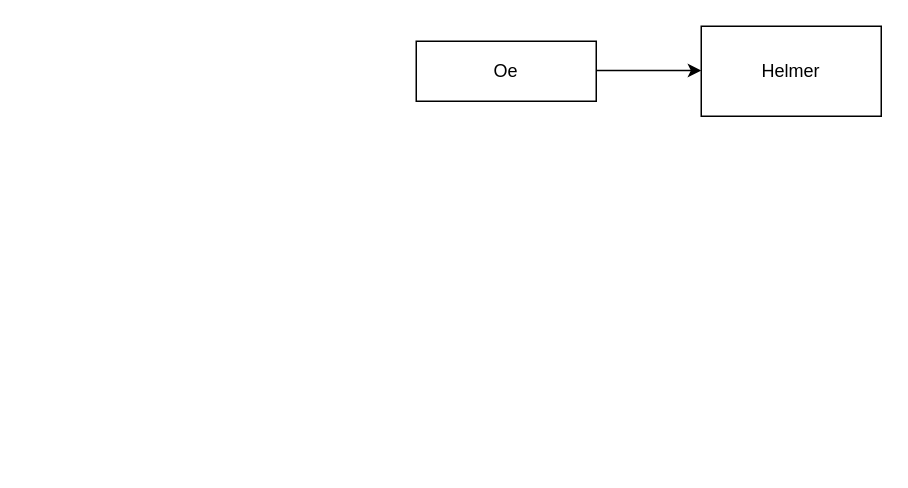
The draw.io diagram Modelo de Dominio.drawio in EstebanGitPro/HeeS, before the edit. Source tidied: cells renumbered, new cells numbered last; positions are measured from the earlier drawing's top-left corner, leaving out a move shared by most shapes. Both pictures are drawn from the tidied source at 150%, with x=0, y=0 at pixel (416, 26).
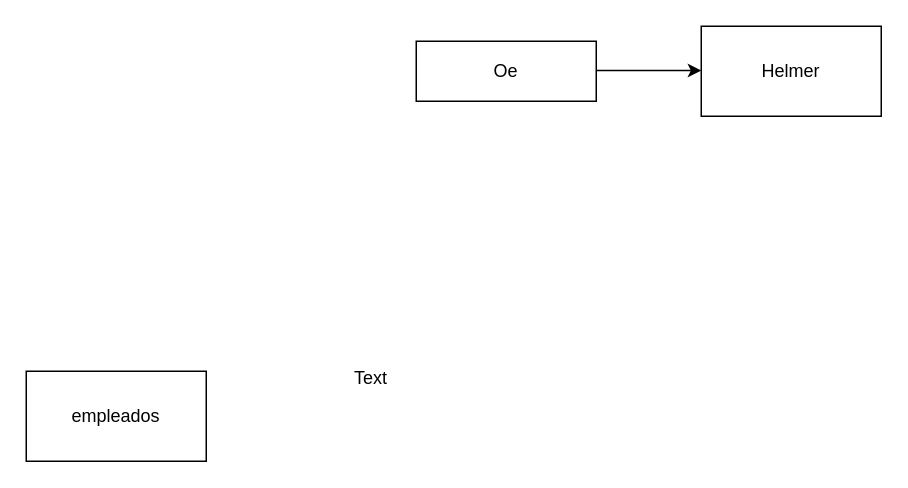
The same diagram, later.

The edit, as a diff of the source:
```diff
@@
 <mxGraphModel>
   <root>
     <mxCell id="0" />
     <mxCell id="1" parent="0" />
+    <mxCell id="5" value="empleados" style="rounded=0;whiteSpace=wrap;html=1;" parent="1" vertex="1">
+      <mxGeometry x="-260" y="230" width="120" height="60" as="geometry" />
+    </mxCell>
     <mxCell id="2" value="Oe" style="rounded=0;whiteSpace=wrap;html=1;" parent="1" vertex="1">
       <mxGeometry y="10" width="120" height="40" as="geometry" />
     </mxCell>
+    <mxCell id="6" value="Text" style="text;html=1;strokeColor=none;fillColor=none;align=center;verticalAlign=middle;whiteSpace=wrap;rounded=0;" parent="1" vertex="1">
+      <mxGeometry x="-60" y="220" width="60" height="30" as="geometry" />
+    </mxCell>
     <mxCell id="3" style="endArrow=classic;html=1;rounded=0;" parent="1" edge="1">
       <mxGeometry relative="1" as="geometry">
         <mxPoint x="120" y="29.5" as="sourcePoint" />
         <mxPoint x="190" y="29.5" as="targetPoint" />
       </mxGeometry>
     </mxCell>
     <mxCell id="4" value="Helmer" style="rounded=0;whiteSpace=wrap;html=1;" parent="1" vertex="1">
       <mxGeometry x="190" width="120" height="60" as="geometry" />
     </mxCell>
   </root>
 </mxGraphModel>
```
